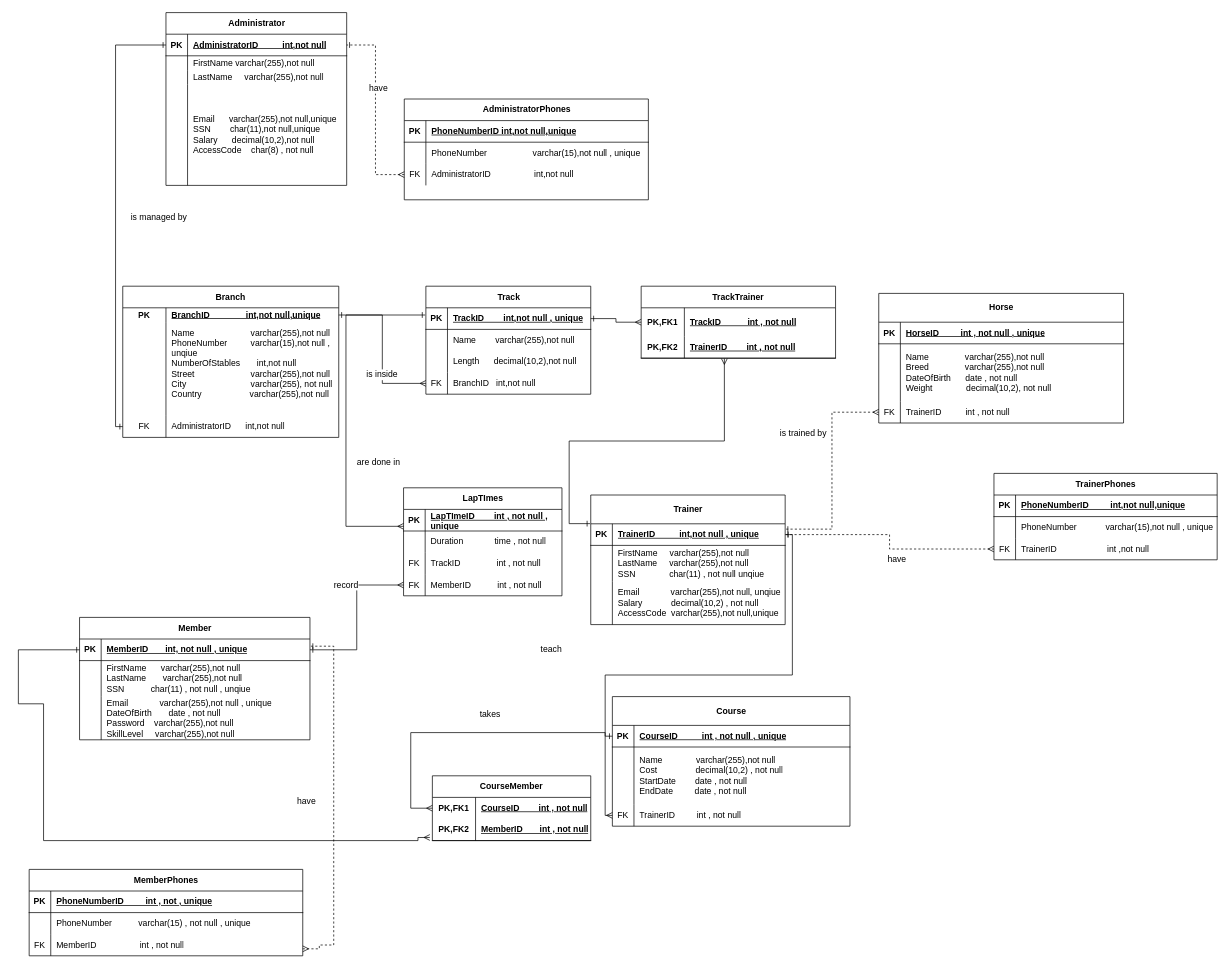
Earlier version of the draw.io diagram page "Page-1" (1 of 2) of Untitled Diagram.drawio (obreinx/JAYA). Source tidied: cells renumbered, new cells numbered last; positions are measured from the earlier drawing's top-left corner, leaving out a move shared by most shapes. Both pictures are drawn from the tidied source at 72%, with x=0, y=0 at pixel (18, 12).
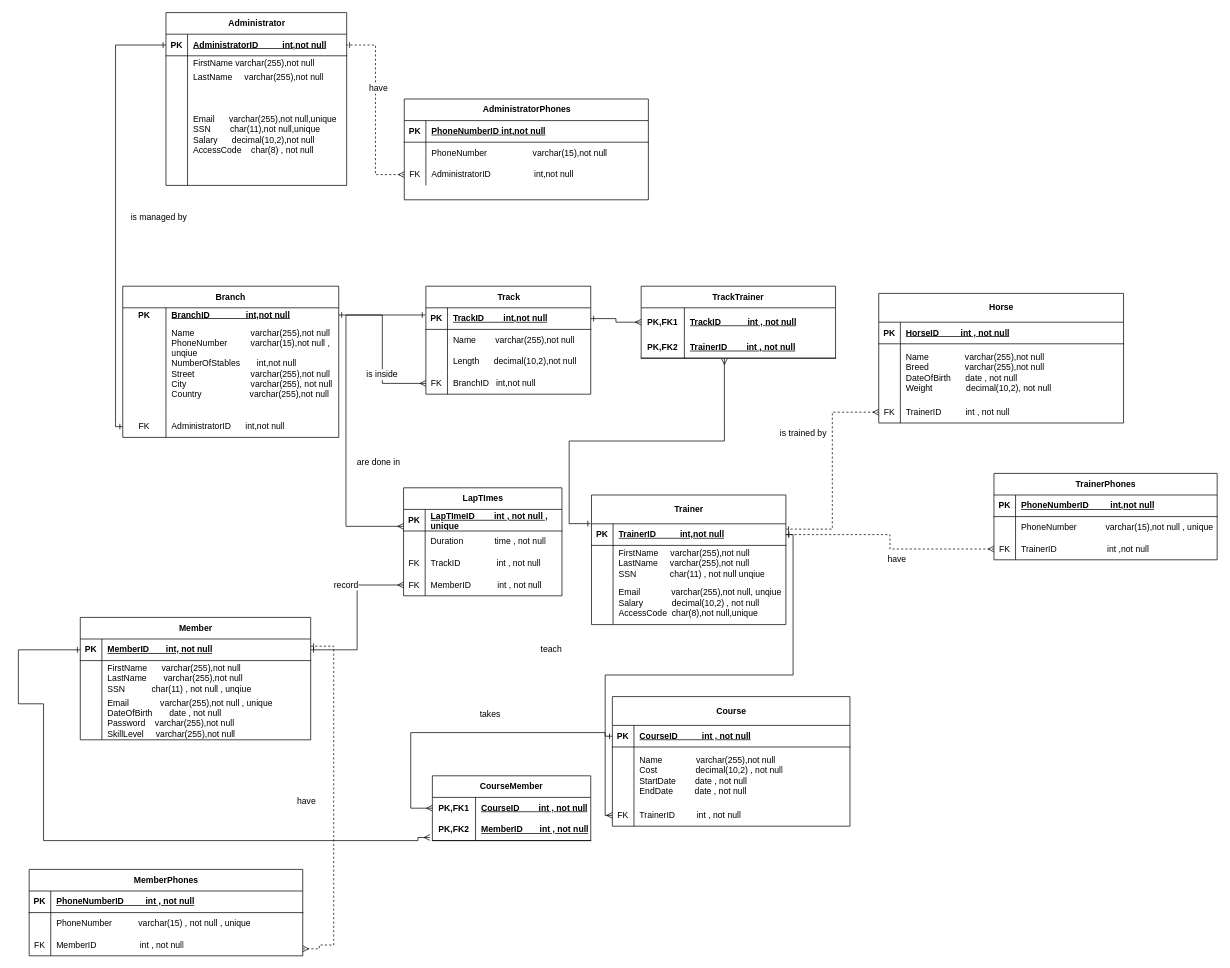
The same page after the edit.

Unchanged cells that the change refers to:
```xml
<mxCell id="3" style="shape=tableRow;horizontal=0;startSize=0;swimlaneHead=0;swimlaneBody=0;fillColor=none;points=[[0,0.5],[1,0.5]];portConstraint=eastwest;top=0;left=0;right=0;bottom=0;html=1;" parent="2" vertex="1">
  <mxGeometry y="30" width="300" height="20" as="geometry" />
</mxCell>
<mxCell id="26" style="shape=tableRow;horizontal=0;startSize=0;swimlaneHead=0;swimlaneBody=0;fillColor=none;top=0;left=0;right=0;bottom=1;" parent="25" vertex="1">
  <mxGeometry y="30" width="339" height="30" as="geometry" />
</mxCell>
<mxCell id="29" style="shape=tableRow;horizontal=0;startSize=0;swimlaneHead=0;swimlaneBody=0;fillColor=none;top=0;left=0;right=0;bottom=0;" parent="25" vertex="1">
  <mxGeometry y="60" width="339" height="30" as="geometry" />
</mxCell>
<mxCell id="36" style="shape=tableRow;horizontal=0;startSize=0;swimlaneHead=0;swimlaneBody=0;fillColor=none;points=[[0,0.5],[1,0.5]];portConstraint=eastwest;top=0;left=0;right=0;bottom=1;" parent="35" vertex="1">
  <mxGeometry y="30" width="229" height="30" as="geometry" />
</mxCell>
<mxCell id="49" style="shape=tableRow;horizontal=0;startSize=0;swimlaneHead=0;swimlaneBody=0;fillColor=none;points=[[0,0.5],[1,0.5]];portConstraint=eastwest;top=0;left=0;right=0;bottom=1;" parent="48" vertex="1">
  <mxGeometry y="40" width="270" height="30" as="geometry" />
</mxCell>
<mxCell id="55" style="shape=tableRow;horizontal=0;startSize=0;swimlaneHead=0;swimlaneBody=0;fillColor=none;top=0;left=0;right=0;bottom=0;" parent="48" vertex="1">
  <mxGeometry y="120" width="270" height="60" as="geometry" />
</mxCell>
<mxCell id="59" style="shape=tableRow;horizontal=0;startSize=0;swimlaneHead=0;swimlaneBody=0;fillColor=none;top=0;left=0;right=0;bottom=1;" parent="58" vertex="1">
  <mxGeometry y="30" width="310" height="30" as="geometry" />
</mxCell>
<mxCell id="76" style="shape=tableRow;horizontal=0;startSize=0;swimlaneHead=0;swimlaneBody=0;fillColor=none;top=0;left=0;right=0;bottom=1;" parent="75" vertex="1">
  <mxGeometry y="30" width="380" height="30" as="geometry" />
</mxCell>
<mxCell id="86" style="shape=tableRow;horizontal=0;startSize=0;swimlaneHead=0;swimlaneBody=0;fillColor=none;points=[[0,0.5],[1,0.5]];portConstraint=eastwest;top=0;left=0;right=0;bottom=1;" parent="85" vertex="1">
  <mxGeometry y="30" width="320" height="30" as="geometry" />
</mxCell>
<mxCell id="96" style="shape=tableRow;horizontal=0;startSize=0;swimlaneHead=0;swimlaneBody=0;fillColor=none;top=0;left=0;right=0;bottom=1;" parent="95" vertex="1">
  <mxGeometry y="40" width="340" height="30" as="geometry" />
</mxCell>
<mxCell id="106" style="shape=tableRow;horizontal=0;startSize=0;swimlaneHead=0;swimlaneBody=0;fillColor=none;points=[[0,0.5],[1,0.5]];portConstraint=eastwest;top=0;left=0;right=0;bottom=1;" parent="105" vertex="1">
  <mxGeometry y="40" width="330" height="30" as="geometry" />
</mxCell>
```

Change to the diagram source:
```diff
@@
-    <mxCell id="5" value="&lt;code&gt;&lt;font face=&quot;Helvetica&quot;&gt;BranchID&amp;nbsp;&amp;nbsp;&amp;nbsp;&amp;nbsp;&amp;nbsp;&amp;nbsp;&amp;nbsp;&amp;nbsp;&amp;nbsp;&amp;nbsp;&amp;nbsp;&amp;nbsp;&amp;nbsp;&amp;nbsp; int,not null,unique&lt;br&gt;&lt;/font&gt;&lt;/code&gt;" style="shape=partialRectangle;fillColor=none;top=0;left=0;bottom=0;right=0;align=left;spacingLeft=6;fontStyle=5;overflow=hidden;html=1;whiteSpace=wrap;" parent="3" vertex="1">
+    <mxCell id="5" value="&lt;code&gt;&lt;font face=&quot;Helvetica&quot;&gt;BranchID&amp;nbsp;&amp;nbsp;&amp;nbsp;&amp;nbsp;&amp;nbsp;&amp;nbsp;&amp;nbsp;&amp;nbsp;&amp;nbsp;&amp;nbsp;&amp;nbsp;&amp;nbsp;&amp;nbsp;&amp;nbsp; int,not null&lt;/font&gt;&lt;/code&gt;" style="shape=partialRectangle;fillColor=none;top=0;left=0;bottom=0;right=0;align=left;spacingLeft=6;fontStyle=5;overflow=hidden;html=1;whiteSpace=wrap;" parent="3" vertex="1">
       <mxGeometry x="60" width="240" height="20" as="geometry" />
     </mxCell>
@@
-    <mxCell id="28" value="PhoneNumberID int,not null,unique" style="shape=partialRectangle;fillColor=none;top=0;left=0;bottom=0;right=0;align=left;spacingLeft=6;fontStyle=5;overflow=hidden;whiteSpace=wrap;html=1;" parent="26" vertex="1">
+    <mxCell id="28" value="PhoneNumberID int,not null" style="shape=partialRectangle;fillColor=none;top=0;left=0;bottom=0;right=0;align=left;spacingLeft=6;fontStyle=5;overflow=hidden;whiteSpace=wrap;html=1;" parent="26" vertex="1">
       <mxGeometry x="30" width="309" height="30" as="geometry" />
     </mxCell>
@@
-    <mxCell id="31" value="PhoneNumber&amp;nbsp;&amp;nbsp;&amp;nbsp;&amp;nbsp;&amp;nbsp;&amp;nbsp;&amp;nbsp;&amp;nbsp;&amp;nbsp;&amp;nbsp;&amp;nbsp;&amp;nbsp;&amp;nbsp;&amp;nbsp;&amp;nbsp;&amp;nbsp;&amp;nbsp;&amp;nbsp; varchar(15),not null , unique" style="shape=partialRectangle;fillColor=none;top=0;left=0;bottom=0;right=0;align=left;spacingLeft=6;overflow=hidden;whiteSpace=wrap;html=1;" parent="29" vertex="1">
+    <mxCell id="31" value="PhoneNumber&amp;nbsp;&amp;nbsp;&amp;nbsp;&amp;nbsp;&amp;nbsp;&amp;nbsp;&amp;nbsp;&amp;nbsp;&amp;nbsp;&amp;nbsp;&amp;nbsp;&amp;nbsp;&amp;nbsp;&amp;nbsp;&amp;nbsp;&amp;nbsp;&amp;nbsp;&amp;nbsp; varchar(15),not null" style="shape=partialRectangle;fillColor=none;top=0;left=0;bottom=0;right=0;align=left;spacingLeft=6;overflow=hidden;whiteSpace=wrap;html=1;" parent="29" vertex="1">
       <mxGeometry x="30" width="309" height="30" as="geometry" />
     </mxCell>
@@
-    <mxCell id="38" value="TrackID&amp;nbsp;&amp;nbsp;&amp;nbsp;&amp;nbsp;&amp;nbsp;&amp;nbsp;&amp;nbsp; int,not null , unique" style="shape=partialRectangle;fillColor=none;top=0;left=0;bottom=0;right=0;align=left;spacingLeft=6;fontStyle=5;overflow=hidden;whiteSpace=wrap;html=1;" parent="36" vertex="1">
+    <mxCell id="38" value="TrackID&amp;nbsp;&amp;nbsp;&amp;nbsp;&amp;nbsp;&amp;nbsp;&amp;nbsp;&amp;nbsp; int,not null" style="shape=partialRectangle;fillColor=none;top=0;left=0;bottom=0;right=0;align=left;spacingLeft=6;fontStyle=5;overflow=hidden;whiteSpace=wrap;html=1;" parent="36" vertex="1">
       <mxGeometry x="30" width="199" height="30" as="geometry" />
     </mxCell>
@@
     <mxCell id="48" value="Trainer" style="shape=table;startSize=40;childLayout=tableLayout;rowLines=0;fontStyle=1;align=center;html=1;" parent="1" vertex="1">
-      <mxGeometry x="795" y="670" width="270" height="180" as="geometry" />
+      <mxGeometry x="796" y="670" width="270" height="180" as="geometry" />
     </mxCell>
@@
-    <mxCell id="51" value="TrainerID&amp;nbsp;&amp;nbsp;&amp;nbsp;&amp;nbsp;&amp;nbsp;&amp;nbsp;&amp;nbsp;&amp;nbsp;&amp;nbsp; int,not null , unique" style="shape=partialRectangle;fillColor=none;top=0;left=0;bottom=0;right=0;align=left;spacingLeft=6;fontStyle=5;overflow=hidden;whiteSpace=wrap;html=1;" parent="49" vertex="1">
+    <mxCell id="51" value="TrainerID&amp;nbsp;&amp;nbsp;&amp;nbsp;&amp;nbsp;&amp;nbsp;&amp;nbsp;&amp;nbsp;&amp;nbsp;&amp;nbsp; int,not null" style="shape=partialRectangle;fillColor=none;top=0;left=0;bottom=0;right=0;align=left;spacingLeft=6;fontStyle=5;overflow=hidden;whiteSpace=wrap;html=1;" parent="49" vertex="1">
       <mxGeometry x="30" width="240" height="30" as="geometry" />
     </mxCell>
@@
-    <mxCell id="57" value="&lt;div&gt;Email&amp;nbsp;&amp;nbsp;&amp;nbsp;&amp;nbsp;&amp;nbsp;&amp;nbsp;&amp;nbsp;&amp;nbsp;&amp;nbsp;&amp;nbsp;&amp;nbsp;&amp;nbsp; &lt;font face=&quot;6crzi80NNjnnT6Y-nknp&quot;&gt;varchar(255),not null, unqiue&lt;br&gt;&lt;/font&gt;&lt;/div&gt;&lt;div&gt;Salary&amp;nbsp;&amp;nbsp;&amp;nbsp;&amp;nbsp;&amp;nbsp;&amp;nbsp;&amp;nbsp;&amp;nbsp; &amp;nbsp;&amp;nbsp; decimal(10,2) , not null&lt;br&gt;&lt;/div&gt;&lt;div&gt;AccessCode&amp;nbsp; &lt;font face=&quot;6crzi80NNjnnT6Y-nknp&quot;&gt;varchar(255),not null,unique&lt;/font&gt;&lt;/div&gt;" style="shape=partialRectangle;fillColor=none;top=0;left=0;bottom=0;right=0;align=left;spacingLeft=6;overflow=hidden;whiteSpace=wrap;html=1;" parent="55" vertex="1">
+    <mxCell id="57" value="&lt;div&gt;Email&amp;nbsp;&amp;nbsp;&amp;nbsp;&amp;nbsp;&amp;nbsp;&amp;nbsp;&amp;nbsp;&amp;nbsp;&amp;nbsp;&amp;nbsp;&amp;nbsp;&amp;nbsp; &lt;font face=&quot;6crzi80NNjnnT6Y-nknp&quot;&gt;varchar(255),not null, unqiue&lt;br&gt;&lt;/font&gt;&lt;/div&gt;&lt;div&gt;Salary&amp;nbsp;&amp;nbsp;&amp;nbsp;&amp;nbsp;&amp;nbsp;&amp;nbsp;&amp;nbsp;&amp;nbsp; &amp;nbsp;&amp;nbsp; decimal(10,2) , not null&lt;br&gt;&lt;/div&gt;&lt;div&gt;AccessCode&amp;nbsp; &lt;font face=&quot;6crzi80NNjnnT6Y-nknp&quot;&gt;char(8),not null,unique&lt;/font&gt;&lt;/div&gt;" style="shape=partialRectangle;fillColor=none;top=0;left=0;bottom=0;right=0;align=left;spacingLeft=6;overflow=hidden;whiteSpace=wrap;html=1;" parent="55" vertex="1">
       <mxGeometry x="30" width="240" height="60" as="geometry" />
     </mxCell>
@@
-    <mxCell id="61" value="PhoneNumberID&amp;nbsp;&amp;nbsp;&amp;nbsp;&amp;nbsp;&amp;nbsp;&amp;nbsp;&amp;nbsp;&amp;nbsp; int,not null,unique" style="shape=partialRectangle;fillColor=none;top=0;left=0;bottom=0;right=0;align=left;spacingLeft=6;fontStyle=5;overflow=hidden;whiteSpace=wrap;html=1;" parent="59" vertex="1">
+    <mxCell id="61" value="PhoneNumberID&amp;nbsp;&amp;nbsp;&amp;nbsp;&amp;nbsp;&amp;nbsp;&amp;nbsp;&amp;nbsp;&amp;nbsp; int,not null" style="shape=partialRectangle;fillColor=none;top=0;left=0;bottom=0;right=0;align=left;spacingLeft=6;fontStyle=5;overflow=hidden;whiteSpace=wrap;html=1;" parent="59" vertex="1">
       <mxGeometry x="30" width="280" height="30" as="geometry" />
     </mxCell>
@@
-    <mxCell id="78" value="PhoneNumberID&amp;nbsp;&amp;nbsp;&amp;nbsp;&amp;nbsp;&amp;nbsp;&amp;nbsp;&amp;nbsp;&amp;nbsp; int , not , unique" style="shape=partialRectangle;fillColor=none;top=0;left=0;bottom=0;right=0;align=left;spacingLeft=6;fontStyle=5;overflow=hidden;whiteSpace=wrap;html=1;" parent="76" vertex="1">
+    <mxCell id="78" value="PhoneNumberID&amp;nbsp;&amp;nbsp;&amp;nbsp;&amp;nbsp;&amp;nbsp;&amp;nbsp;&amp;nbsp;&amp;nbsp; int , not null" style="shape=partialRectangle;fillColor=none;top=0;left=0;bottom=0;right=0;align=left;spacingLeft=6;fontStyle=5;overflow=hidden;whiteSpace=wrap;html=1;" parent="76" vertex="1">
       <mxGeometry x="30" width="350" height="30" as="geometry" />
     </mxCell>
@@
     <mxCell id="85" value="Member" style="shape=table;startSize=30;childLayout=tableLayout;rowLines=0;fontStyle=1;align=center;html=1;" parent="1" vertex="1">
-      <mxGeometry x="85" y="840" width="320" height="170" as="geometry" />
+      <mxGeometry x="86" y="840" width="320" height="170" as="geometry" />
     </mxCell>
@@
-    <mxCell id="88" value="MemberID&amp;nbsp;&amp;nbsp;&amp;nbsp;&amp;nbsp;&amp;nbsp;&amp;nbsp; int, not null , unique " style="shape=partialRectangle;fillColor=none;top=0;left=0;bottom=0;right=0;align=left;spacingLeft=6;fontStyle=5;overflow=hidden;whiteSpace=wrap;html=1;" parent="86" vertex="1">
+    <mxCell id="88" value="MemberID&amp;nbsp;&amp;nbsp;&amp;nbsp;&amp;nbsp;&amp;nbsp;&amp;nbsp; int, not null " style="shape=partialRectangle;fillColor=none;top=0;left=0;bottom=0;right=0;align=left;spacingLeft=6;fontStyle=5;overflow=hidden;whiteSpace=wrap;html=1;" parent="86" vertex="1">
       <mxGeometry x="30" width="290" height="30" as="geometry" />
     </mxCell>
@@
-    <mxCell id="98" value="HorseID&amp;nbsp;&amp;nbsp;&amp;nbsp;&amp;nbsp;&amp;nbsp;&amp;nbsp;&amp;nbsp;&amp;nbsp; int , not null , unique" style="shape=partialRectangle;fillColor=none;top=0;left=0;bottom=0;right=0;align=left;spacingLeft=6;fontStyle=5;overflow=hidden;whiteSpace=wrap;html=1;" parent="96" vertex="1">
+    <mxCell id="98" value="HorseID&amp;nbsp;&amp;nbsp;&amp;nbsp;&amp;nbsp;&amp;nbsp;&amp;nbsp;&amp;nbsp;&amp;nbsp; int , not null" style="shape=partialRectangle;fillColor=none;top=0;left=0;bottom=0;right=0;align=left;spacingLeft=6;fontStyle=5;overflow=hidden;whiteSpace=wrap;html=1;" parent="96" vertex="1">
       <mxGeometry x="30" width="310" height="30" as="geometry" />
     </mxCell>
@@
-    <mxCell id="108" value="CourseID&amp;nbsp;&amp;nbsp;&amp;nbsp;&amp;nbsp;&amp;nbsp;&amp;nbsp;&amp;nbsp;&amp;nbsp;&amp;nbsp; int , not null , unique" style="shape=partialRectangle;fillColor=none;top=0;left=0;bottom=0;right=0;align=left;spacingLeft=6;fontStyle=5;overflow=hidden;whiteSpace=wrap;html=1;" parent="106" vertex="1">
+    <mxCell id="108" value="CourseID&amp;nbsp;&amp;nbsp;&amp;nbsp;&amp;nbsp;&amp;nbsp;&amp;nbsp;&amp;nbsp;&amp;nbsp;&amp;nbsp; int , not null" style="shape=partialRectangle;fillColor=none;top=0;left=0;bottom=0;right=0;align=left;spacingLeft=6;fontStyle=5;overflow=hidden;whiteSpace=wrap;html=1;" parent="106" vertex="1">
       <mxGeometry x="30" width="300" height="30" as="geometry" />
     </mxCell>
```
